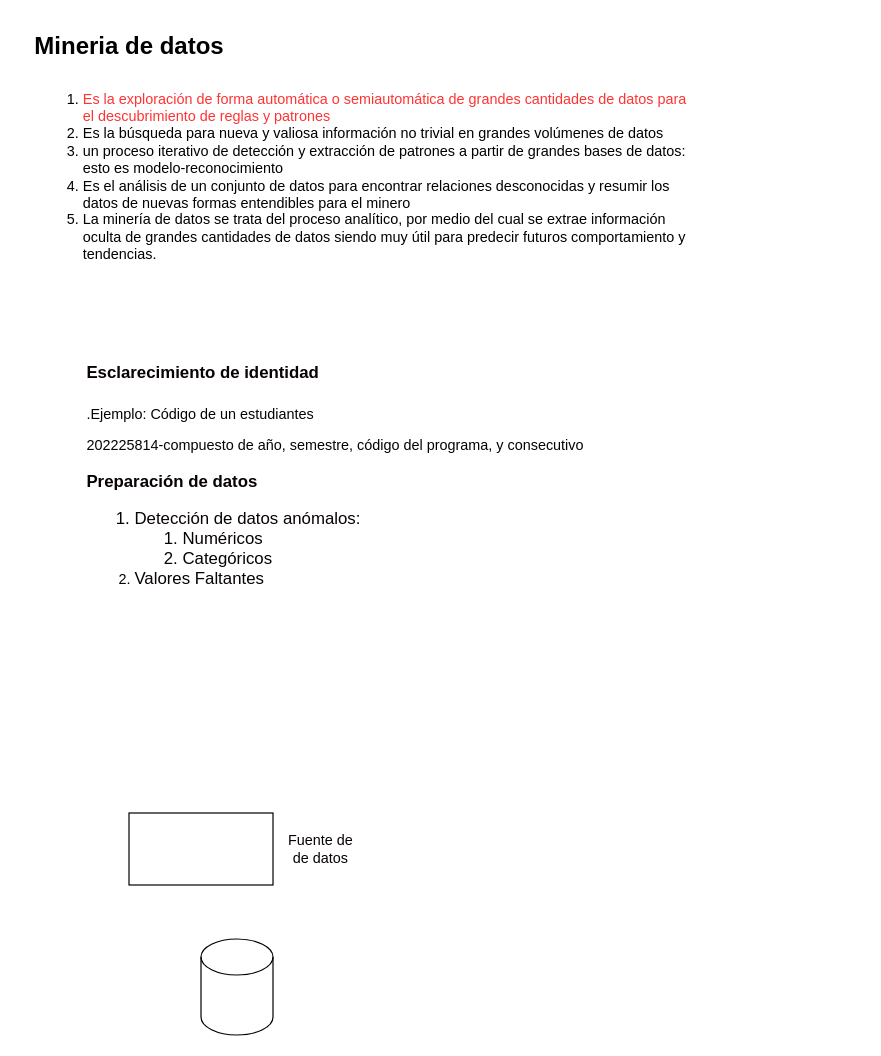
This is claseMineria.drawio from jesalazaro/ER-diagrams, a draw.io file, before an edit. Source tidied: cells renumbered, new cells numbered last; positions are measured from the earlier drawing's top-left corner, leaving out a move shared by most shapes. Both pictures are drawn from the tidied source at 120%, with x=0, y=0 at pixel (20, 20).
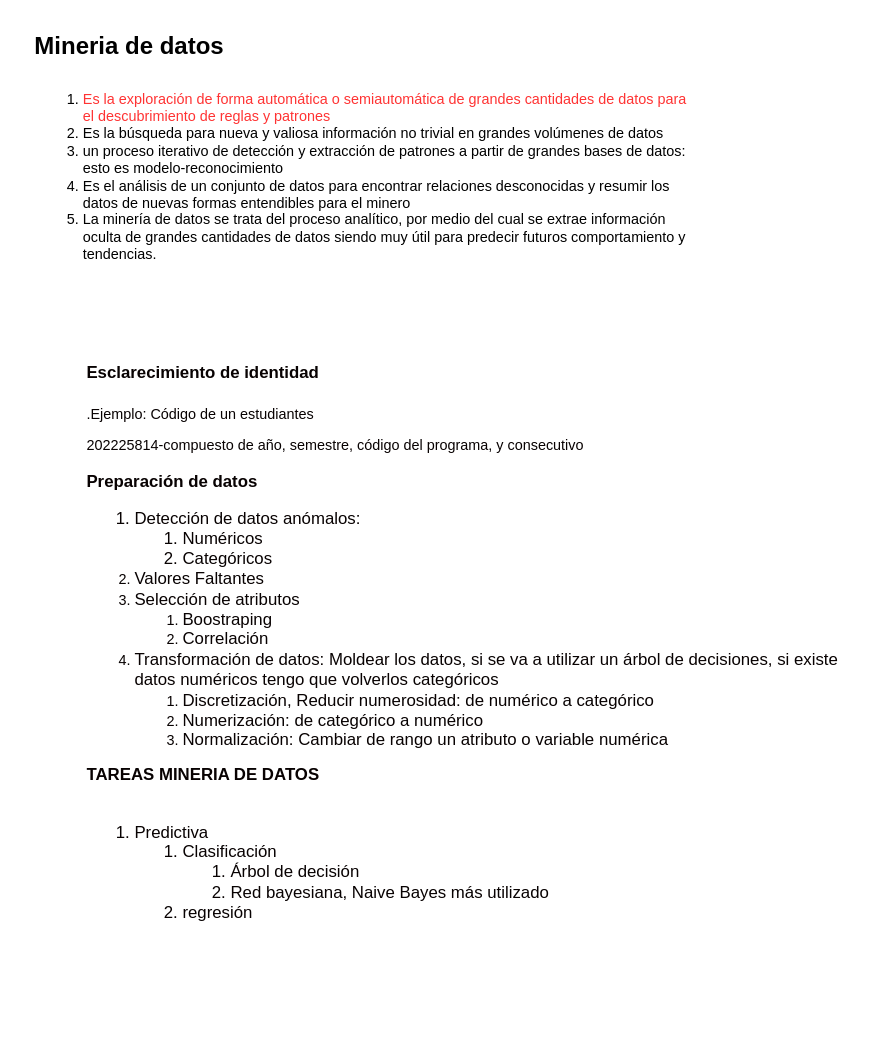
The same diagram, later.

What changed in the source:
```diff
@@
 <mxGraphModel>
   <root>
     <mxCell id="0" />
     <mxCell id="1" parent="0" />
     <mxCell id="2" value="&lt;b&gt;&lt;font style=&quot;font-size: 20px;&quot;&gt;Mineria de datos&lt;/font&gt;&lt;/b&gt;" style="text;html=1;align=center;verticalAlign=middle;strokeColor=none;fillColor=none;" parent="1" vertex="1">
       <mxGeometry width="180" height="40" as="geometry" />
     </mxCell>
     <mxCell id="3" value="&lt;div style=&quot;&quot;&gt;&lt;ol&gt;&lt;li&gt;&lt;span style=&quot;background-color: initial;&quot;&gt;&lt;font color=&quot;#ff3333&quot;&gt;Es la exploración de forma automática o semiautomática de grandes cantidades de datos para el descubrimiento de reglas y patrones&lt;/font&gt;&lt;/span&gt;&lt;/li&gt;&lt;li&gt;Es la búsqueda para nueva y valiosa información no trivial en grandes volúmenes de datos&lt;/li&gt;&lt;li&gt;un proceso iterativo de detección y extracción de patrones a partir de grandes bases de datos: esto es modelo-reconocimiento&amp;nbsp;&lt;/li&gt;&lt;li&gt;Es el análisis de un conjunto de datos para encontrar relaciones desconocidas y resumir los datos de nuevas formas entendibles para el minero&amp;nbsp;&lt;/li&gt;&lt;li&gt;La minería de datos se trata del proceso analítico, por medio del cual se extrae información oculta de grandes cantidades de datos siendo muy útil para predecir futuros comportamiento y tendencias.&lt;/li&gt;&lt;/ol&gt;&lt;/div&gt;" style="text;html=1;strokeColor=none;fillColor=none;align=left;verticalAlign=middle;whiteSpace=wrap;rounded=0;" parent="1" vertex="1">
       <mxGeometry x="10" y="50" width="545" height="160" as="geometry" />
     </mxCell>
-    <mxCell id="4" value="&lt;h1&gt;&lt;font style=&quot;font-size: 14px;&quot;&gt;Esclarecimiento de identidad&amp;nbsp;&lt;/font&gt;&lt;/h1&gt;&lt;p&gt;.Ejemplo: Código de un estudiantes&lt;/p&gt;&lt;p&gt;202225814-compuesto de año, semestre, código del programa, y consecutivo&lt;/p&gt;&lt;p style=&quot;font-size: 14px;&quot;&gt;&lt;font style=&quot;font-size: 14px;&quot;&gt;&lt;b&gt;Preparación de datos&lt;/b&gt;&lt;/font&gt;&lt;/p&gt;&lt;p style=&quot;&quot;&gt;&lt;/p&gt;&lt;ol style=&quot;&quot;&gt;&lt;li style=&quot;font-size: 14px;&quot;&gt;Detección de datos anómalos:&amp;nbsp;&lt;/li&gt;&lt;ol style=&quot;font-size: 14px;&quot;&gt;&lt;li&gt;Numéricos&lt;/li&gt;&lt;li&gt;Categóricos&lt;/li&gt;&lt;/ol&gt;&lt;li style=&quot;&quot;&gt;&lt;span style=&quot;font-size: 14px;&quot;&gt;Valores Faltantes&lt;/span&gt;&lt;/li&gt;&lt;/ol&gt;&lt;p&gt;&lt;/p&gt;" style="text;html=1;strokeColor=none;fillColor=none;spacing=5;spacingTop=-20;whiteSpace=wrap;overflow=hidden;rounded=0;fontSize=12;fontColor=#080202;" parent="1" vertex="1">
-      <mxGeometry x="50" y="270" width="590" height="220" as="geometry" />
+    <mxCell id="4" value="&lt;h1&gt;&lt;font style=&quot;font-size: 14px;&quot;&gt;Esclarecimiento de identidad&amp;nbsp;&lt;/font&gt;&lt;/h1&gt;&lt;p&gt;.Ejemplo: Código de un estudiantes&lt;/p&gt;&lt;p&gt;202225814-compuesto de año, semestre, código del programa, y consecutivo&lt;/p&gt;&lt;p style=&quot;font-size: 14px;&quot;&gt;&lt;font style=&quot;font-size: 14px;&quot;&gt;&lt;b&gt;Preparación de datos&lt;/b&gt;&lt;/font&gt;&lt;/p&gt;&lt;p style=&quot;&quot;&gt;&lt;/p&gt;&lt;ol style=&quot;&quot;&gt;&lt;li style=&quot;font-size: 14px;&quot;&gt;Detección de datos anómalos:&amp;nbsp;&lt;/li&gt;&lt;ol style=&quot;font-size: 14px;&quot;&gt;&lt;li&gt;Numéricos&lt;/li&gt;&lt;li&gt;Categóricos&lt;/li&gt;&lt;/ol&gt;&lt;li style=&quot;&quot;&gt;&lt;span style=&quot;font-size: 14px;&quot;&gt;Valores Faltantes&lt;/span&gt;&lt;/li&gt;&lt;li style=&quot;&quot;&gt;&lt;span style=&quot;font-size: 14px;&quot;&gt;Selección de atributos&lt;/span&gt;&lt;/li&gt;&lt;ol&gt;&lt;li style=&quot;&quot;&gt;&lt;span style=&quot;font-size: 14px;&quot;&gt;Boostraping&lt;/span&gt;&lt;/li&gt;&lt;li style=&quot;&quot;&gt;&lt;span style=&quot;font-size: 14px;&quot;&gt;Correlación&lt;/span&gt;&lt;/li&gt;&lt;/ol&gt;&lt;li&gt;&lt;span style=&quot;font-size: 14px;&quot;&gt;Transformación de datos: Moldear los datos, si se va a utilizar un árbol&amp;nbsp;de decisiones, si existe datos numéricos tengo que volverlos categóricos&lt;/span&gt;&lt;/li&gt;&lt;ol&gt;&lt;li&gt;&lt;span style=&quot;font-size: 14px;&quot;&gt;Discretización, Reducir&amp;nbsp;numerosidad: de numérico a categórico&amp;nbsp;&lt;/span&gt;&lt;/li&gt;&lt;li&gt;&lt;span style=&quot;font-size: 14px;&quot;&gt;Numerización: de categórico&amp;nbsp;a&amp;nbsp;numérico&lt;/span&gt;&lt;/li&gt;&lt;li&gt;&lt;span style=&quot;font-size: 14px;&quot;&gt;Normalización: Cambiar de rango un atributo o variable numérica&lt;/span&gt;&lt;/li&gt;&lt;/ol&gt;&lt;/ol&gt;&lt;span style=&quot;font-size: 14px;&quot;&gt;&lt;b&gt;TAREAS MINERIA DE DATOS&lt;/b&gt;&lt;br&gt;&lt;br&gt;&lt;ol&gt;&lt;li&gt;&lt;span style=&quot;font-size: 14px;&quot;&gt;Predictiva&lt;/span&gt;&lt;/li&gt;&lt;ol&gt;&lt;li&gt;&lt;span style=&quot;font-size: 14px;&quot;&gt;Clasificación&lt;/span&gt;&lt;/li&gt;&lt;ol&gt;&lt;li&gt;Árbol de decisión&lt;/li&gt;&lt;li&gt;Red bayesiana, Naive Bayes más utilizado&lt;/li&gt;&lt;/ol&gt;&lt;li&gt;&lt;span style=&quot;font-size: 14px;&quot;&gt;regresión&lt;/span&gt;&lt;/li&gt;&lt;/ol&gt;&lt;/ol&gt;&lt;/span&gt;&lt;p&gt;&lt;/p&gt;" style="text;html=1;strokeColor=none;fillColor=none;spacing=5;spacingTop=-20;whiteSpace=wrap;overflow=hidden;rounded=0;fontSize=12;fontColor=#080202;" parent="1" vertex="1">
+      <mxGeometry x="50" y="270" width="650" height="560" as="geometry" />
     </mxCell>
-    <mxCell id="5" style="rounded=0;whiteSpace=wrap;html=1;fontSize=12;fontColor=#080202;" parent="1" vertex="1">
-      <mxGeometry x="90" y="660" width="120" height="60" as="geometry" />
-    </mxCell>
-    <mxCell id="6" value="Fuente de de datos" style="text;html=1;strokeColor=none;fillColor=none;align=center;verticalAlign=middle;whiteSpace=wrap;rounded=0;fontSize=12;fontColor=#080202;" parent="1" vertex="1">
-      <mxGeometry x="220" y="675" width="60" height="30" as="geometry" />
-    </mxCell>
-    <mxCell id="7" style="shape=cylinder3;whiteSpace=wrap;html=1;boundedLbl=1;backgroundOutline=1;size=15;fontSize=12;fontColor=#080202;" parent="1" vertex="1">
-      <mxGeometry x="150" y="765" width="60" height="80" as="geometry" />
-    </mxCell>
   </root>
 </mxGraphModel>
```
